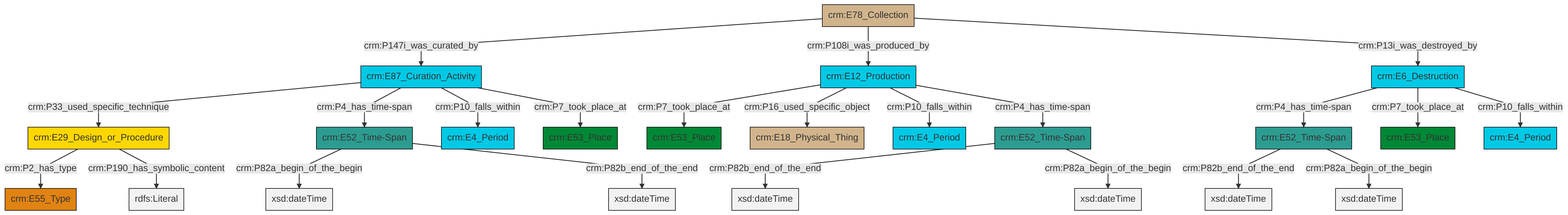
This is et/archivalCSV/ttl/mmd/png/archival_existence.png from swiss-art-research-net/docs.swissartresearch, a Mermaid export, as it was before one commit. Its source is kept beside it as et/archivalCSV/ttl/mmd/archival_existence.ttl.mmd.
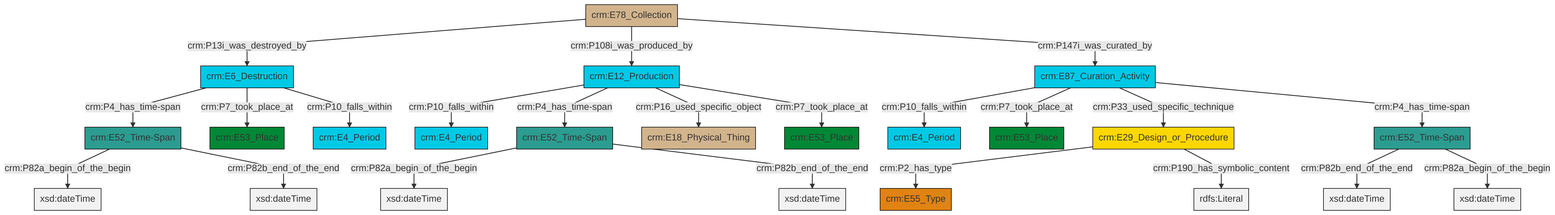
Above is the later version.

Diff of the diagram source:
```diff
@@ -13,25 +13,25 @@
 classDef PC_Classes fill:#4ce600, stroke:#000000;
 classDef Multi fill:#cccccc,stroke:#000000;
 
-0["crm:E12_Production"]:::Temporal_Entity -->|crm:P7_took_place_at| 1["crm:E53_Place"]:::Place
-2["crm:E6_Destruction"]:::Temporal_Entity -->|crm:P4_has_time-span| 3["crm:E52_Time-Span"]:::Time-Span
-4["crm:E52_Time-Span"]:::Time-Span -->|crm:P82b_end_of_the_end| 5[xsd:dateTime]:::Literal
-6["crm:E87_Curation_Activity"]:::Temporal_Entity -->|crm:P33_used_specific_technique| 7["crm:E29_Design_or_Procedure"]:::Conceptual_Object
-8["crm:E52_Time-Span"]:::Time-Span -->|crm:P82a_begin_of_the_begin| 9[xsd:dateTime]:::Literal
-7["crm:E29_Design_or_Procedure"]:::Conceptual_Object -->|crm:P2_has_type| 12["crm:E55_Type"]:::Type
-6["crm:E87_Curation_Activity"]:::Temporal_Entity -->|crm:P4_has_time-span| 8["crm:E52_Time-Span"]:::Time-Span
-14["crm:E78_Collection"]:::Physical_Thing -->|crm:P147i_was_curated_by| 6["crm:E87_Curation_Activity"]:::Temporal_Entity
-3["crm:E52_Time-Span"]:::Time-Span -->|crm:P82b_end_of_the_end| 15[xsd:dateTime]:::Literal
-6["crm:E87_Curation_Activity"]:::Temporal_Entity -->|crm:P10_falls_within| 16["crm:E4_Period"]:::Temporal_Entity
-14["crm:E78_Collection"]:::Physical_Thing -->|crm:P108i_was_produced_by| 0["crm:E12_Production"]:::Temporal_Entity
-14["crm:E78_Collection"]:::Physical_Thing -->|crm:P13i_was_destroyed_by| 2["crm:E6_Destruction"]:::Temporal_Entity
-2["crm:E6_Destruction"]:::Temporal_Entity -->|crm:P7_took_place_at| 18["crm:E53_Place"]:::Place
-0["crm:E12_Production"]:::Temporal_Entity -->|crm:P16_used_specific_object| 22["crm:E18_Physical_Thing"]:::Physical_Thing
-7["crm:E29_Design_or_Procedure"]:::Conceptual_Object -->|crm:P190_has_symbolic_content| 26[rdfs:Literal]:::Literal
-0["crm:E12_Production"]:::Temporal_Entity -->|crm:P10_falls_within| 29["crm:E4_Period"]:::Temporal_Entity
-4["crm:E52_Time-Span"]:::Time-Span -->|crm:P82a_begin_of_the_begin| 33[xsd:dateTime]:::Literal
-0["crm:E12_Production"]:::Temporal_Entity -->|crm:P4_has_time-span| 4["crm:E52_Time-Span"]:::Time-Span
-6["crm:E87_Curation_Activity"]:::Temporal_Entity -->|crm:P7_took_place_at| 10["crm:E53_Place"]:::Place
-8["crm:E52_Time-Span"]:::Time-Span -->|crm:P82b_end_of_the_end| 35[xsd:dateTime]:::Literal
-2["crm:E6_Destruction"]:::Temporal_Entity -->|crm:P10_falls_within| 24["crm:E4_Period"]:::Temporal_Entity
-3["crm:E52_Time-Span"]:::Time-Span -->|crm:P82a_begin_of_the_begin| 36[xsd:dateTime]:::Literal
+4["crm:E6_Destruction"]:::Temporal_Entity -->|crm:P4_has_time-span| 5["crm:E52_Time-Span"]:::Time-Span
+4["crm:E6_Destruction"]:::Temporal_Entity -->|crm:P7_took_place_at| 6["crm:E53_Place"]:::Place
+4["crm:E6_Destruction"]:::Temporal_Entity -->|crm:P10_falls_within| 2["crm:E4_Period"]:::Temporal_Entity
+11["crm:E78_Collection"]:::Physical_Thing -->|crm:P13i_was_destroyed_by| 4["crm:E6_Destruction"]:::Temporal_Entity
+13["crm:E52_Time-Span"]:::Time-Span -->|crm:P82a_begin_of_the_begin| 14[xsd:dateTime]:::Literal
+15["crm:E52_Time-Span"]:::Time-Span -->|crm:P82b_end_of_the_end| 16[xsd:dateTime]:::Literal
+7["crm:E12_Production"]:::Temporal_Entity -->|crm:P10_falls_within| 19["crm:E4_Period"]:::Temporal_Entity
+7["crm:E12_Production"]:::Temporal_Entity -->|crm:P4_has_time-span| 13["crm:E52_Time-Span"]:::Time-Span
+20["crm:E87_Curation_Activity"]:::Temporal_Entity -->|crm:P10_falls_within| 24["crm:E4_Period"]:::Temporal_Entity
+7["crm:E12_Production"]:::Temporal_Entity -->|crm:P16_used_specific_object| 25["crm:E18_Physical_Thing"]:::Physical_Thing
+5["crm:E52_Time-Span"]:::Time-Span -->|crm:P82a_begin_of_the_begin| 28[xsd:dateTime]:::Literal
+7["crm:E12_Production"]:::Temporal_Entity -->|crm:P7_took_place_at| 22["crm:E53_Place"]:::Place
+5["crm:E52_Time-Span"]:::Time-Span -->|crm:P82b_end_of_the_end| 29[xsd:dateTime]:::Literal
+20["crm:E87_Curation_Activity"]:::Temporal_Entity -->|crm:P7_took_place_at| 26["crm:E53_Place"]:::Place
+20["crm:E87_Curation_Activity"]:::Temporal_Entity -->|crm:P33_used_specific_technique| 0["crm:E29_Design_or_Procedure"]:::Conceptual_Object
+20["crm:E87_Curation_Activity"]:::Temporal_Entity -->|crm:P4_has_time-span| 15["crm:E52_Time-Span"]:::Time-Span
+0["crm:E29_Design_or_Procedure"]:::Conceptual_Object -->|crm:P2_has_type| 9["crm:E55_Type"]:::Type
+13["crm:E52_Time-Span"]:::Time-Span -->|crm:P82b_end_of_the_end| 32[xsd:dateTime]:::Literal
+0["crm:E29_Design_or_Procedure"]:::Conceptual_Object -->|crm:P190_has_symbolic_content| 33[rdfs:Literal]:::Literal
+11["crm:E78_Collection"]:::Physical_Thing -->|crm:P108i_was_produced_by| 7["crm:E12_Production"]:::Temporal_Entity
+15["crm:E52_Time-Span"]:::Time-Span -->|crm:P82a_begin_of_the_begin| 37[xsd:dateTime]:::Literal
+11["crm:E78_Collection"]:::Physical_Thing -->|crm:P147i_was_curated_by| 20["crm:E87_Curation_Activity"]:::Temporal_Entity
```
